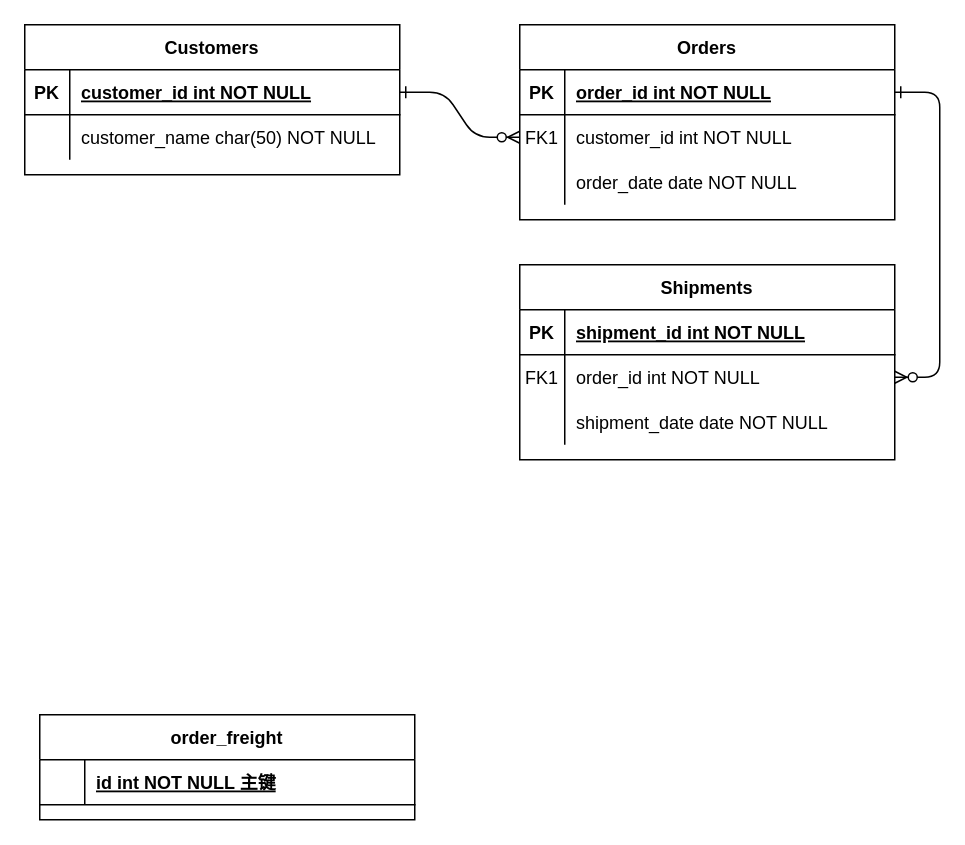
Earlier version of the draw.io diagram 20210423箱信订单.drawio (gongyao1992/draw). Source tidied: cells renumbered, new cells numbered last; positions are measured from the earlier drawing's top-left corner, leaving out a move shared by most shapes. Both pictures are drawn from the tidied source at 150%, with x=0, y=0 at pixel (24, 24).
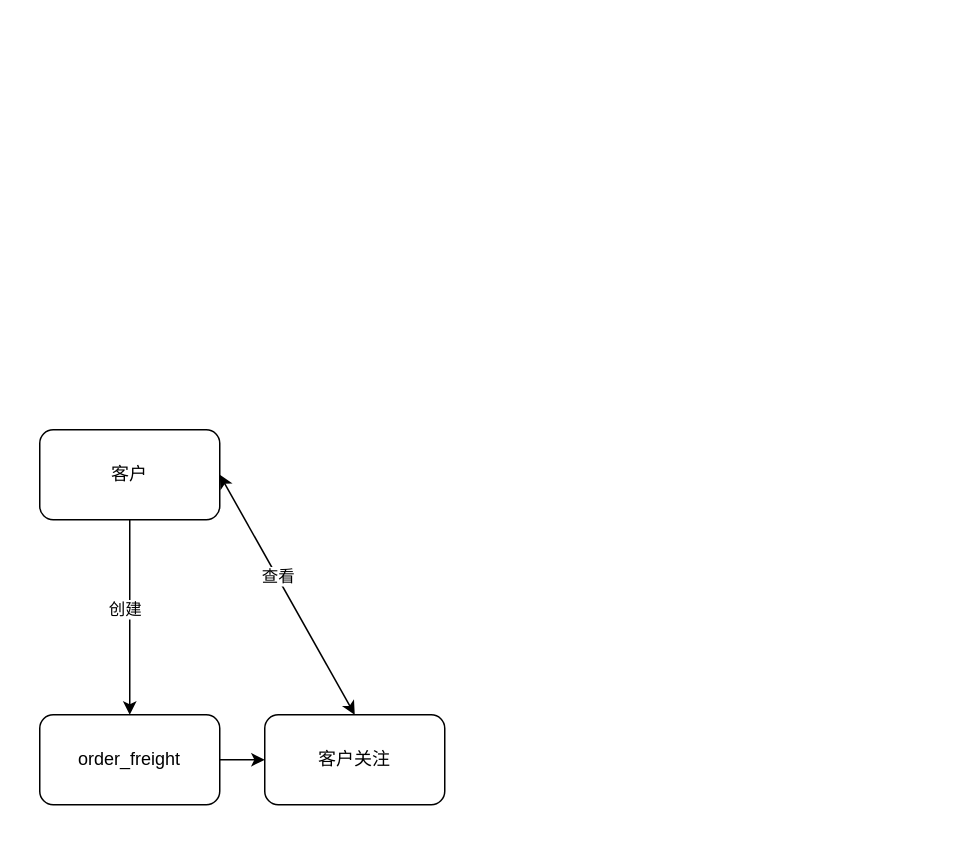
Above is the later version.

Commit message (it also covers changes not shown here):
更新20210423箱信订单.drawio

Change to the diagram source:
```diff
@@
-    <mxCell id="2" style="edgeStyle=entityRelationEdgeStyle;endArrow=ERzeroToMany;startArrow=ERone;endFill=1;startFill=0;" parent="1" edge="1" source="25" target="8">
-      <mxGeometry relative="1" as="geometry" />
-    </mxCell>
-    <mxCell id="3" style="edgeStyle=entityRelationEdgeStyle;endArrow=ERzeroToMany;startArrow=ERone;endFill=1;startFill=0;" parent="1" edge="1" source="5" target="18">
-      <mxGeometry relative="1" as="geometry" />
-    </mxCell>
-    <mxCell id="4" value="Orders" style="shape=table;startSize=30;childLayout=tableLayout;rowLines=0;fontStyle=1;align=center;" parent="1" vertex="1">
-      <mxGeometry x="330" width="250" height="130" as="geometry" />
-    </mxCell>
-    <mxCell id="5" style="shape=partialRectangle;fillColor=none;points=[[0,0.5],[1,0.5]];portConstraint=eastwest;top=0;left=0;right=0;bottom=1;" parent="4" vertex="1">
-      <mxGeometry y="30" width="250" height="30" as="geometry" />
-    </mxCell>
-    <mxCell id="6" value="PK" style="shape=partialRectangle;overflow=hidden;fillColor=none;top=0;left=0;bottom=0;right=0;fontStyle=1;" parent="5" vertex="1">
-      <mxGeometry width="30" height="30" as="geometry" />
-    </mxCell>
-    <mxCell id="7" value="order_id int NOT NULL " style="shape=partialRectangle;overflow=hidden;fillColor=none;top=0;left=0;bottom=0;right=0;align=left;spacingLeft=6;fontStyle=5;" parent="5" vertex="1">
-      <mxGeometry x="30" width="220" height="30" as="geometry" />
-    </mxCell>
-    <mxCell id="8" style="shape=partialRectangle;fillColor=none;points=[[0,0.5],[1,0.5]];portConstraint=eastwest;top=0;left=0;right=0;bottom=0;" parent="4" vertex="1">
-      <mxGeometry y="60" width="250" height="30" as="geometry" />
-    </mxCell>
-    <mxCell id="9" value="FK1" style="shape=partialRectangle;overflow=hidden;fillColor=none;top=0;left=0;bottom=0;right=0;" parent="8" vertex="1">
-      <mxGeometry width="30" height="30" as="geometry" />
-    </mxCell>
-    <mxCell id="10" value="customer_id int NOT NULL" style="shape=partialRectangle;overflow=hidden;fillColor=none;top=0;left=0;bottom=0;right=0;align=left;spacingLeft=6;" parent="8" vertex="1">
-      <mxGeometry x="30" width="220" height="30" as="geometry" />
-    </mxCell>
-    <mxCell id="11" style="shape=partialRectangle;fillColor=none;top=0;left=0;right=0;bottom=0;" parent="4" vertex="1">
-      <mxGeometry y="90" width="250" height="30" as="geometry" />
-    </mxCell>
-    <mxCell id="12" style="shape=partialRectangle;overflow=hidden;fillColor=none;top=0;left=0;bottom=0;right=0;" parent="11" vertex="1">
-      <mxGeometry width="30" height="30" as="geometry" />
-    </mxCell>
-    <mxCell id="13" value="order_date date NOT NULL" style="shape=partialRectangle;overflow=hidden;fillColor=none;top=0;left=0;bottom=0;right=0;align=left;spacingLeft=6;" parent="11" vertex="1">
-      <mxGeometry x="30" width="220" height="30" as="geometry" />
-    </mxCell>
-    <mxCell id="14" value="Shipments" style="shape=table;startSize=30;childLayout=tableLayout;rowLines=0;fontStyle=1;align=center;" parent="1" vertex="1">
-      <mxGeometry x="330" y="160" width="250" height="130" as="geometry" />
-    </mxCell>
-    <mxCell id="15" style="shape=partialRectangle;fillColor=none;top=0;left=0;right=0;bottom=1;" parent="14" vertex="1">
-      <mxGeometry y="30" width="250" height="30" as="geometry" />
-    </mxCell>
-    <mxCell id="16" value="PK" style="shape=partialRectangle;overflow=hidden;fillColor=none;top=0;left=0;bottom=0;right=0;fontStyle=1;" parent="15" vertex="1">
-      <mxGeometry width="30" height="30" as="geometry" />
-    </mxCell>
-    <mxCell id="17" value="shipment_id int NOT NULL " style="shape=partialRectangle;overflow=hidden;fillColor=none;top=0;left=0;bottom=0;right=0;align=left;spacingLeft=6;fontStyle=5;" parent="15" vertex="1">
-      <mxGeometry x="30" width="220" height="30" as="geometry" />
-    </mxCell>
-    <mxCell id="18" style="shape=partialRectangle;fillColor=none;points=[[0,0.5],[1,0.5]];portConstraint=eastwest;top=0;left=0;right=0;bottom=0;" parent="14" vertex="1">
-      <mxGeometry y="60" width="250" height="30" as="geometry" />
-    </mxCell>
-    <mxCell id="19" value="FK1" style="shape=partialRectangle;overflow=hidden;fillColor=none;top=0;left=0;bottom=0;right=0;" parent="18" vertex="1">
-      <mxGeometry width="30" height="30" as="geometry" />
-    </mxCell>
-    <mxCell id="20" value="order_id int NOT NULL" style="shape=partialRectangle;overflow=hidden;fillColor=none;top=0;left=0;bottom=0;right=0;align=left;spacingLeft=6;" parent="18" vertex="1">
-      <mxGeometry x="30" width="220" height="30" as="geometry" />
-    </mxCell>
-    <mxCell id="21" style="shape=partialRectangle;fillColor=none;top=0;left=0;right=0;bottom=0;" parent="14" vertex="1">
-      <mxGeometry y="90" width="250" height="30" as="geometry" />
-    </mxCell>
-    <mxCell id="22" style="shape=partialRectangle;overflow=hidden;fillColor=none;top=0;left=0;bottom=0;right=0;" parent="21" vertex="1">
-      <mxGeometry width="30" height="30" as="geometry" />
-    </mxCell>
-    <mxCell id="23" value="shipment_date date NOT NULL" style="shape=partialRectangle;overflow=hidden;fillColor=none;top=0;left=0;bottom=0;right=0;align=left;spacingLeft=6;" parent="21" vertex="1">
-      <mxGeometry x="30" width="220" height="30" as="geometry" />
-    </mxCell>
-    <mxCell id="24" value="Customers" style="shape=table;startSize=30;childLayout=tableLayout;rowLines=0;fontStyle=1;align=center;" parent="1" vertex="1">
-      <mxGeometry width="250" height="100" as="geometry" />
-    </mxCell>
-    <mxCell id="25" style="shape=partialRectangle;fillColor=none;points=[[0,0.5],[1,0.5]];portConstraint=eastwest;top=0;left=0;right=0;bottom=1;" parent="24" vertex="1">
-      <mxGeometry y="30" width="250" height="30" as="geometry" />
-    </mxCell>
-    <mxCell id="26" value="PK" style="shape=partialRectangle;overflow=hidden;fillColor=none;top=0;left=0;bottom=0;right=0;fontStyle=1;" parent="25" vertex="1">
-      <mxGeometry width="30" height="30" as="geometry" />
-    </mxCell>
-    <mxCell id="27" value="customer_id int NOT NULL " style="shape=partialRectangle;overflow=hidden;fillColor=none;top=0;left=0;bottom=0;right=0;align=left;spacingLeft=6;fontStyle=5;" parent="25" vertex="1">
-      <mxGeometry x="30" width="220" height="30" as="geometry" />
-    </mxCell>
-    <mxCell id="28" style="shape=partialRectangle;fillColor=none;top=0;left=0;right=0;bottom=0;" parent="24" vertex="1">
-      <mxGeometry y="60" width="250" height="30" as="geometry" />
-    </mxCell>
-    <mxCell id="29" style="shape=partialRectangle;overflow=hidden;fillColor=none;top=0;left=0;bottom=0;right=0;" parent="28" vertex="1">
-      <mxGeometry width="30" height="30" as="geometry" />
-    </mxCell>
-    <mxCell id="30" value="customer_name char(50) NOT NULL" style="shape=partialRectangle;overflow=hidden;fillColor=none;top=0;left=0;bottom=0;right=0;align=left;spacingLeft=6;" parent="28" vertex="1">
-      <mxGeometry x="30" width="220" height="30" as="geometry" />
-    </mxCell>
+    <mxCell id="35" style="edgeStyle=orthogonalEdgeStyle;rounded=0;jettySize=auto;html=1;" parent="1" edge="1" source="37" target="31">
+      <mxGeometry relative="1" as="geometry" />
+    </mxCell>
+    <mxCell id="36" value="创建" style="edgeLabel;html=1;align=center;verticalAlign=middle;" parent="35" vertex="1">
+      <mxGeometry x="-0.1" y="-4" relative="1" as="geometry" />
+    </mxCell>
+    <mxCell id="37" value="客户" style="rounded=1;whiteSpace=wrap;html=1;" parent="1" vertex="1">
+      <mxGeometry x="10" y="270" width="120" height="60" as="geometry" />
+    </mxCell>
+    <mxCell id="38" style="edgeStyle=orthogonalEdgeStyle;rounded=0;jettySize=auto;html=1;exitX=1;exitY=0.5;exitDx=0;exitDy=0;entryX=0;entryY=0.5;entryDx=0;entryDy=0;" parent="1" edge="1" source="31" target="39">
+      <mxGeometry relative="1" as="geometry" />
+    </mxCell>
-    <mxCell id="31" value="order_freight" style="shape=table;startSize=30;childLayout=tableLayout;rowLines=0;fontStyle=1;align=center;" parent="1" vertex="1">
-      <mxGeometry x="10" y="460" width="250" height="70" as="geometry" />
+    <mxCell id="31" value="order_freight" style="rounded=1;whiteSpace=wrap;html=1;" parent="1" vertex="1">
+      <mxGeometry x="10" y="460" width="120" height="60" as="geometry" />
     </mxCell>
-    <mxCell id="32" style="shape=partialRectangle;fillColor=none;top=0;left=0;right=0;bottom=1;" parent="31" vertex="1">
-      <mxGeometry y="30" width="250" height="30" as="geometry" />
-    </mxCell>
-    <mxCell id="33" style="shape=partialRectangle;overflow=hidden;fillColor=none;top=0;left=0;bottom=0;right=0;fontStyle=1;" parent="32" vertex="1">
-      <mxGeometry width="30" height="30" as="geometry" />
-    </mxCell>
-    <mxCell id="34" value="id int NOT NULL 主键" style="shape=partialRectangle;overflow=hidden;fillColor=none;top=0;left=0;bottom=0;right=0;align=left;spacingLeft=6;fontStyle=5;" parent="32" vertex="1">
-      <mxGeometry x="30" width="220" height="30" as="geometry" />
-    </mxCell>
+    <mxCell id="39" value="客户关注" style="rounded=1;whiteSpace=wrap;html=1;" parent="1" vertex="1">
+      <mxGeometry x="160" y="460" width="120" height="60" as="geometry" />
+    </mxCell>
+    <mxCell id="40" style="endArrow=classic;startArrow=classic;html=1;exitX=0.5;exitY=0;exitDx=0;exitDy=0;entryX=1;entryY=0.5;entryDx=0;entryDy=0;" parent="1" edge="1" source="39" target="37">
+      <mxGeometry relative="1" as="geometry" />
+    </mxCell>
+    <mxCell id="41" value="查看" style="edgeLabel;html=1;align=center;verticalAlign=middle;" parent="40" vertex="1">
+      <mxGeometry x="0.15" y="-1" relative="1" as="geometry" />
+    </mxCell>
```
